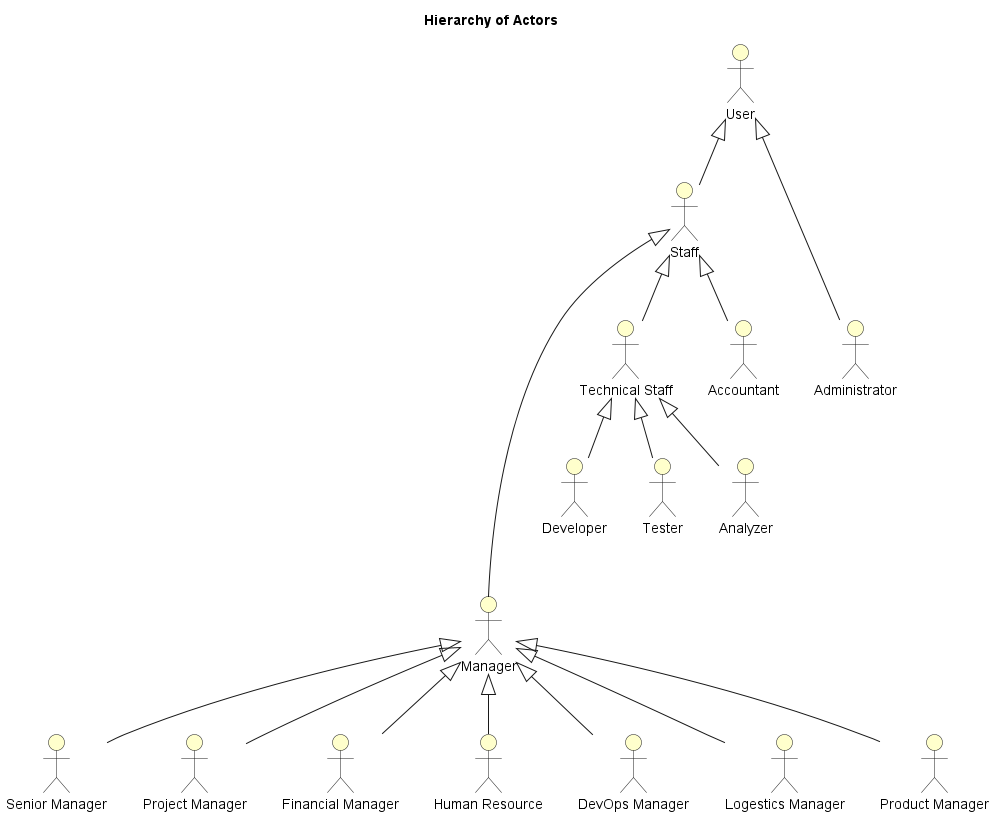
Before: HorizonUml/out/UseCase/Actor/ActorDiagram.png, a diagram exported from PlantUML (mahyaresteki/Horizon).
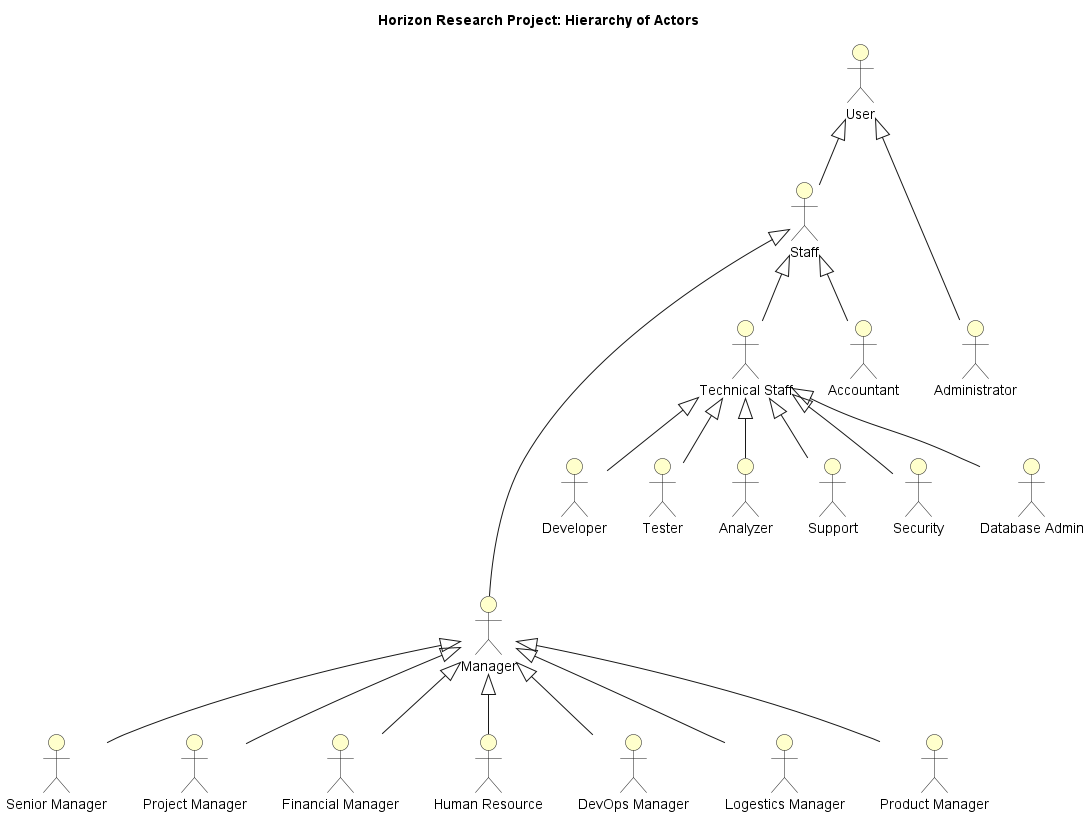
After the change.

Change to the diagram source:
```diff
@@ -2,7 +2,7 @@
 
 skinparam actorBackgroundColor #Business
 
-title Hierarchy of Actors
+title Horizon Research Project: Hierarchy of Actors
 
 :User: as User
 :Staff: as Staff
@@ -21,6 +21,9 @@
 :Analyzer: as Analyzer
 :Logestics Manager: as LogesticsManager
 :Product Manager: as ProductManager
+:Support: as Support
+:Security: as Security
+:Database Admin: as DbAdmin
 
 User <|--- Admin
 User <|-- Staff
@@ -32,6 +35,9 @@
 TechnicalStaff <|-- Developer
 TechnicalStaff <|-- Tester
 TechnicalStaff <|-- Analyzer
+TechnicalStaff <|-- Support
+TechnicalStaff <|-- Security
+TechnicalStaff <|-- DbAdmin
 
 Manager <|-- SeniorManager
 Manager <|-- PMO
```
